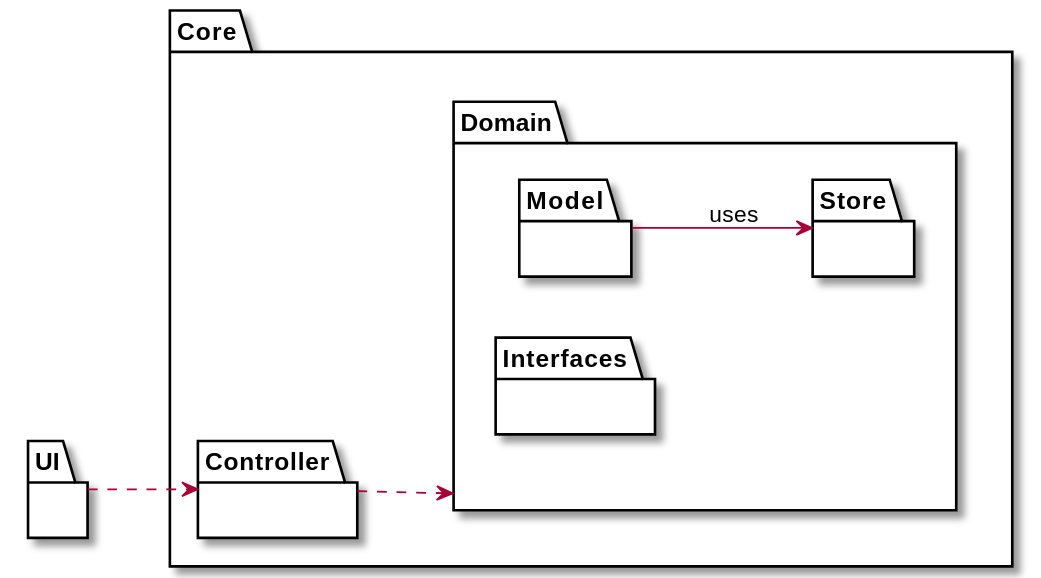
This is docs/SprintD/US_16/US016_PD_WithAssociations.svg from ana-albergaria/LAPR2-ISEP, a PlantUML export, as it was before one commit.
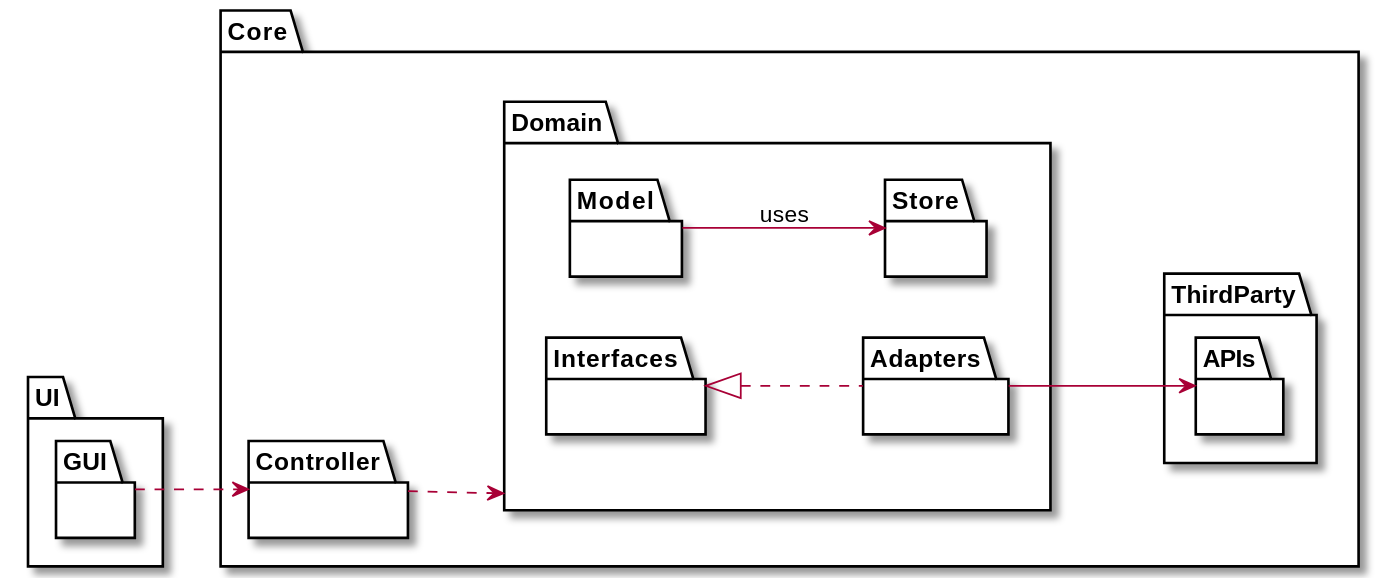
Above is the later version.

What changed in the source:
```diff
@@ -10,17 +10,26 @@
 package Model {}
 package Store {}
 package Interfaces{}
+package Adapters{}
 }
 
 package Controller {}
 
+package ThirdParty{
+package APIs{}
+}
+
 }
 
 
-package UI {}
+package UI {
+package GUI{}
+}
 
-UI ..> Controller
+GUI ..> Controller
 Controller ..> Domain
 Model --> Store : uses
+Interfaces <|.. Adapters
+Adapters --> APIs
 
 @enduml
```
